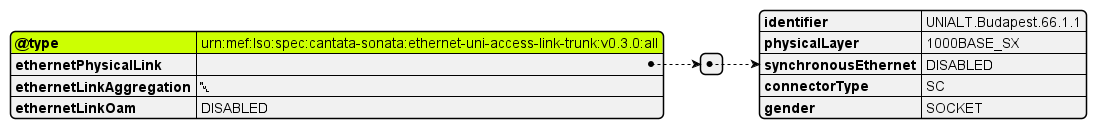
Before: documentation/productSchema/ip/internetAccess/MEF 139 resources/media/useCases/uc3UniAccessLinkTrunk.png, a diagram exported from PlantUML (MEF-GIT/MEF-LSO-Sonata-SDK). Its diagram source:
```plantuml
@startjson
#highlight "@type"

{
  "@type": "urn:mef:lso:spec:cantata-sonata:ethernet-uni-access-link-trunk:v0.3.0:all",
  "ethernetPhysicalLink": [
    {
      "identifier": "UNIALT.Budapest.66.1.1",
      "physicalLayer": "1000BASE_SX",
      "synchronousEthernet": "DISABLED",
      "connectorType": "SC",
      "gender": "SOCKET"
    }
  ],
  "ethernetLinkAggregation": null,
  "ethernetLinkOam": "DISABLED"
}
@endjson
```
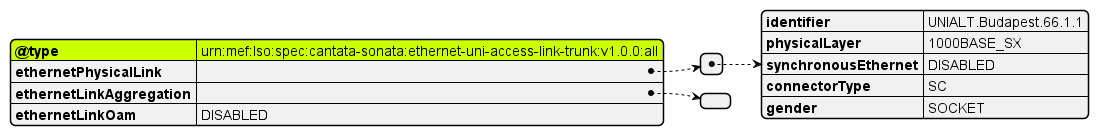
The same file after the commit.

Change to the diagram source:
```diff
@@ -2,7 +2,7 @@
 #highlight "@type"
 
 {
-  "@type": "urn:mef:lso:spec:cantata-sonata:ethernet-uni-access-link-trunk:v0.3.0:all",
+  "@type": "urn:mef:lso:spec:cantata-sonata:ethernet-uni-access-link-trunk:v1.0.0:all",
   "ethernetPhysicalLink": [
     {
       "identifier": "UNIALT.Budapest.66.1.1",
@@ -12,7 +12,7 @@
       "gender": "SOCKET"
     }
   ],
-  "ethernetLinkAggregation": null,
+  "ethernetLinkAggregation": [],
   "ethernetLinkOam": "DISABLED"
 }
 @endjson
```
